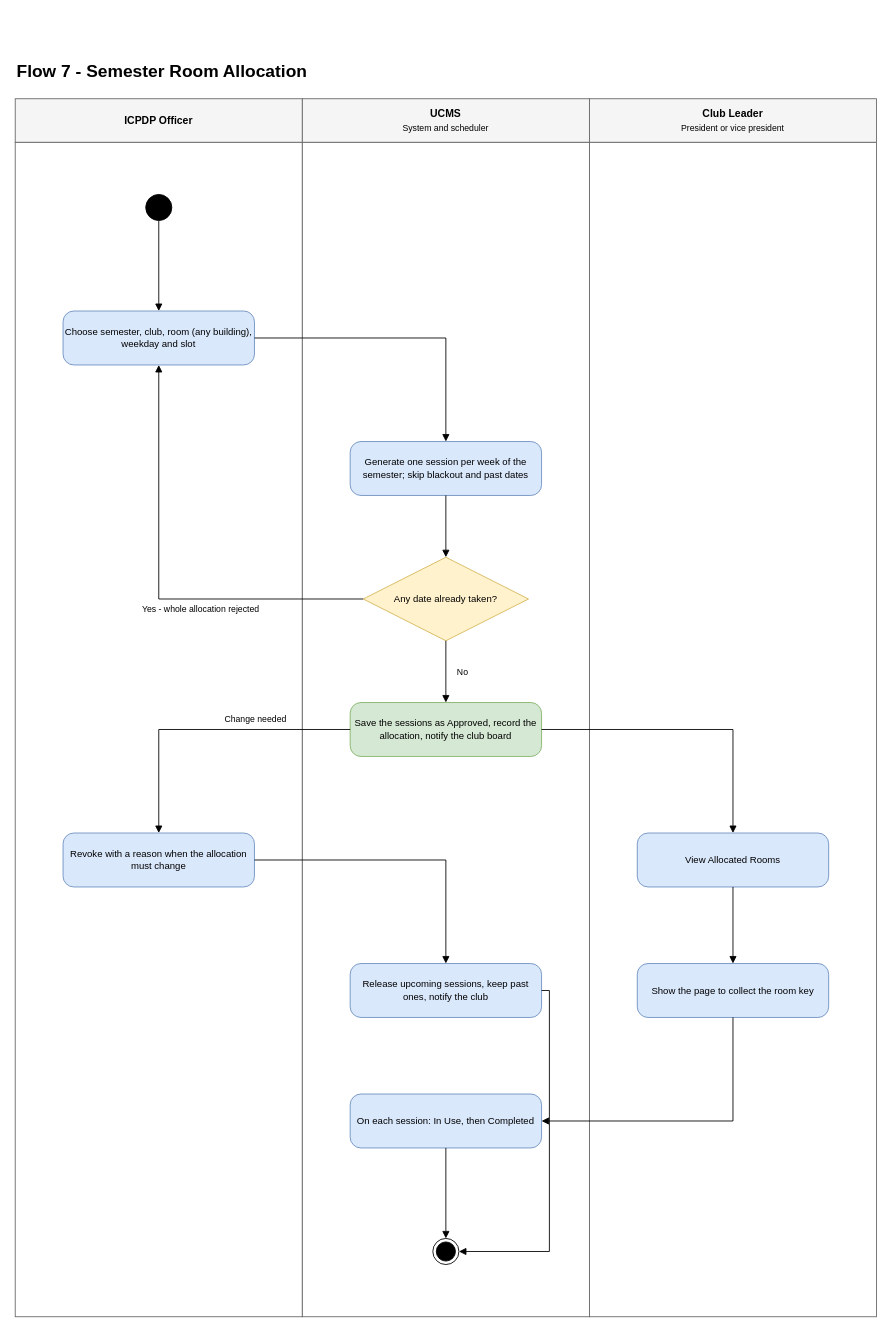
Earlier version of the draw.io diagram page "07 Room Allocation" (7 of 14) of docs/03-diagrams/UCMS_Swimlane_Flows.drawio (nvdekay/ClubManagementSystem). Source tidied: cells renumbered, new cells numbered last; positions are measured from the earlier drawing's top-left corner, leaving out a move shared by most shapes. Both pictures are drawn from the tidied source at 87%, with x=0, y=0 at pixel (15, 55).
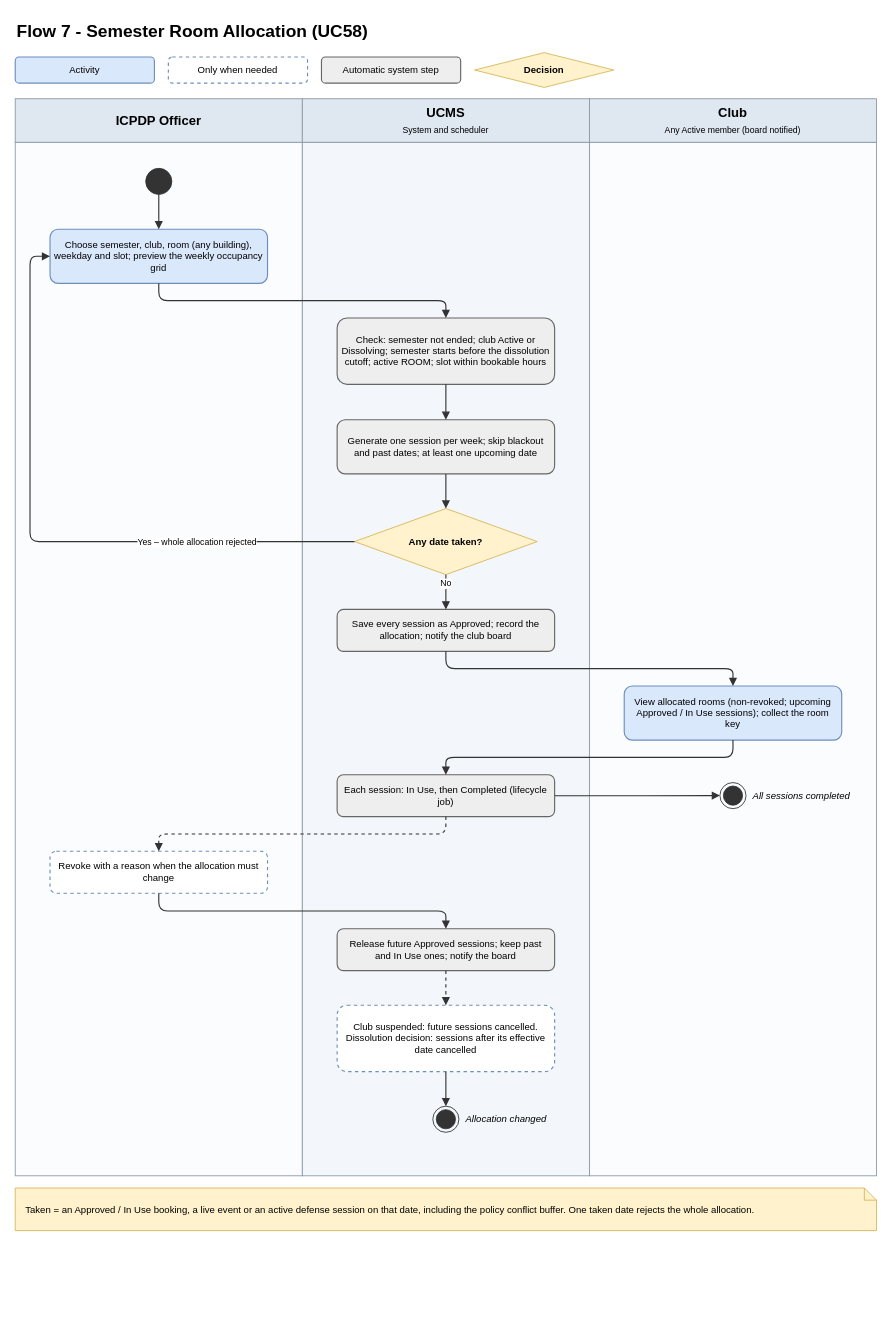
The same diagram, later.

Change to the diagram source:
```diff
@@
-    <mxCell id="2" value="Flow 7 - Semester Room Allocation" style="text;html=1;fontSize=20;fontStyle=1;align=left;verticalAlign=middle;" parent="1" vertex="1">
-      <mxGeometry width="990" height="34" as="geometry" />
-    </mxCell>
-    <mxCell id="3" style="rounded=0;whiteSpace=wrap;html=1;fillColor=#ffffff;strokeColor=#666666;" parent="1" vertex="1">
-      <mxGeometry y="100" width="330" height="1350" as="geometry" />
-    </mxCell>
+    <mxCell id="35" value="Flow 7 - Semester Room Allocation (UC58)" style="text;html=1;align=left;verticalAlign=middle;fontSize=20;fontStyle=1;" parent="1" vertex="1">
+      <mxGeometry y="-46" width="990" height="36" as="geometry" />
+    </mxCell>
+    <mxCell id="36" value="Activity" style="rounded=1;whiteSpace=wrap;html=1;fillColor=#dae8fc;strokeColor=#6c8ebf;strokeWidth=1.3;spacing=6;fontSize=11;" parent="1" vertex="1">
+      <mxGeometry y="2" width="160" height="30" as="geometry" />
+    </mxCell>
+    <mxCell id="37" value="Only when needed" style="rounded=1;whiteSpace=wrap;html=1;fillColor=#ffffff;strokeColor=#6c8ebf;dashed=1;strokeWidth=1.3;spacing=6;fontSize=11;" parent="1" vertex="1">
+      <mxGeometry x="176" y="2" width="160" height="30" as="geometry" />
+    </mxCell>
+    <mxCell id="38" value="Automatic system step" style="rounded=1;whiteSpace=wrap;html=1;fillColor=#eeeeee;strokeColor=#666666;strokeWidth=1.3;spacing=6;fontSize=11;" parent="1" vertex="1">
+      <mxGeometry x="352" y="2" width="160" height="30" as="geometry" />
+    </mxCell>
+    <mxCell id="39" value="Decision" style="rhombus;whiteSpace=wrap;html=1;fillColor=#fff2cc;strokeColor=#d6b656;fontStyle=1;spacingLeft=18;spacingRight=18;fontSize=11;" parent="1" vertex="1">
+      <mxGeometry x="528" y="-3" width="160" height="40" as="geometry" />
+    </mxCell>
+    <mxCell id="40" style="rounded=0;html=1;fillColor=#fbfcfe;strokeColor=#8a97a6;" parent="1" vertex="1">
+      <mxGeometry y="100" width="330" height="1188" as="geometry" />
+    </mxCell>
-    <mxCell id="4" value="&lt;b&gt;ICPDP Officer&lt;/b&gt;" style="rounded=0;whiteSpace=wrap;html=1;fillColor=#f5f5f5;strokeColor=#666666;fontSize=12;" parent="1" vertex="1">
+    <mxCell id="4" value="&lt;b&gt;ICPDP Officer&lt;/b&gt;" style="rounded=0;whiteSpace=wrap;html=1;fillColor=#dfe7f1;strokeColor=#8a97a6;fontSize=15;" parent="1" vertex="1">
       <mxGeometry y="50" width="330" height="50" as="geometry" />
     </mxCell>
-    <mxCell id="5" style="rounded=0;whiteSpace=wrap;html=1;fillColor=#ffffff;strokeColor=#666666;" parent="1" vertex="1">
-      <mxGeometry x="330" y="100" width="330" height="1350" as="geometry" />
-    </mxCell>
+    <mxCell id="41" style="rounded=0;html=1;fillColor=#f3f6fa;strokeColor=#8a97a6;" parent="1" vertex="1">
+      <mxGeometry x="330" y="100" width="330" height="1188" as="geometry" />
+    </mxCell>
-    <mxCell id="6" value="&lt;b&gt;UCMS&lt;/b&gt;&lt;br&gt;&lt;span style=&quot;font-size:10px;font-weight:normal;&quot;&gt;System and scheduler&lt;/span&gt;" style="rounded=0;whiteSpace=wrap;html=1;fillColor=#f5f5f5;strokeColor=#666666;fontSize=12;" parent="1" vertex="1">
+    <mxCell id="6" value="&lt;b&gt;UCMS&lt;/b&gt;&lt;br&gt;&lt;span style=&quot;font-size:10px;font-weight:normal;&quot;&gt;System and scheduler&lt;/span&gt;" style="rounded=0;whiteSpace=wrap;html=1;fillColor=#dfe7f1;strokeColor=#8a97a6;fontSize=15;" parent="1" vertex="1">
       <mxGeometry x="330" y="50" width="330" height="50" as="geometry" />
     </mxCell>
-    <mxCell id="7" style="rounded=0;whiteSpace=wrap;html=1;fillColor=#ffffff;strokeColor=#666666;" parent="1" vertex="1">
-      <mxGeometry x="660" y="100" width="330" height="1350" as="geometry" />
-    </mxCell>
-    <mxCell id="8" value="&lt;b&gt;Club Leader&lt;/b&gt;&lt;br&gt;&lt;span style=&quot;font-size:10px;font-weight:normal;&quot;&gt;President or vice president&lt;/span&gt;" style="rounded=0;whiteSpace=wrap;html=1;fillColor=#f5f5f5;strokeColor=#666666;fontSize=12;" parent="1" vertex="1">
-      <mxGeometry x="660" y="50" width="330" height="50" as="geometry" />
-    </mxCell>
-    <mxCell id="9" style="ellipse;html=1;fillColor=#000000;strokeColor=#000000;" parent="1" vertex="1">
-      <mxGeometry x="150" y="160" width="30" height="30" as="geometry" />
-    </mxCell>
-    <mxCell id="10" value="Choose semester, club, room (any building), weekday and slot" style="rounded=1;arcSize=20;whiteSpace=wrap;html=1;fillColor=#dae8fc;strokeColor=#6c8ebf;fontSize=11;" parent="1" vertex="1">
-      <mxGeometry x="55" y="294" width="220" height="62" as="geometry" />
-    </mxCell>
-    <mxCell id="11" value="Generate one session per week of the semester; skip blackout and past dates" style="rounded=1;arcSize=20;whiteSpace=wrap;html=1;fillColor=#dae8fc;strokeColor=#6c8ebf;fontSize=11;" parent="1" vertex="1">
-      <mxGeometry x="385" y="444" width="220" height="62" as="geometry" />
-    </mxCell>
-    <mxCell id="12" value="Any date already taken?" style="rhombus;whiteSpace=wrap;html=1;fillColor=#fff2cc;strokeColor=#d6b656;fontSize=11;" parent="1" vertex="1">
-      <mxGeometry x="400" y="577" width="190" height="96" as="geometry" />
-    </mxCell>
-    <mxCell id="13" value="Save the sessions as Approved, record the allocation, notify the club board" style="rounded=1;arcSize=20;whiteSpace=wrap;html=1;fillColor=#d5e8d4;strokeColor=#82b366;fontSize=11;" parent="1" vertex="1">
-      <mxGeometry x="385" y="744" width="220" height="62" as="geometry" />
-    </mxCell>
-    <mxCell id="14" value="View Allocated Rooms" style="rounded=1;arcSize=20;whiteSpace=wrap;html=1;fillColor=#dae8fc;strokeColor=#6c8ebf;fontSize=11;" parent="1" vertex="1">
-      <mxGeometry x="715" y="894" width="220" height="62" as="geometry" />
-    </mxCell>
+    <mxCell id="42" style="rounded=0;html=1;fillColor=#fbfcfe;strokeColor=#8a97a6;" parent="1" vertex="1">
+      <mxGeometry x="660" y="100" width="330" height="1188" as="geometry" />
+    </mxCell>
+    <mxCell id="43" value="&lt;b&gt;Club&lt;/b&gt;&lt;br&gt;&lt;span style=&quot;font-size:10px;font-weight:normal;&quot;&gt;Any Active member (board notified)&lt;/span&gt;" style="rounded=0;whiteSpace=wrap;html=1;fillColor=#dfe7f1;strokeColor=#8a97a6;fontSize=15;" parent="1" vertex="1">
+      <mxGeometry x="660" y="50" width="330" height="50" as="geometry" />
+    </mxCell>
+    <mxCell id="44" style="ellipse;html=1;fillColor=#333333;strokeColor=#333333;" parent="1" vertex="1">
+      <mxGeometry x="150" y="130" width="30" height="30" as="geometry" />
+    </mxCell>
+    <mxCell id="45" value="Choose semester, club, room (any building), weekday and slot; preview the weekly occupancy grid" style="rounded=1;whiteSpace=wrap;html=1;fillColor=#dae8fc;strokeColor=#6c8ebf;strokeWidth=1.3;spacing=6;fontSize=11;" parent="1" vertex="1">
+      <mxGeometry x="40" y="200" width="250" height="62.2" as="geometry" />
+    </mxCell>
+    <mxCell id="46" value="Check: semester not ended; club Active or Dissolving; semester starts before the dissolution cutoff; active ROOM; slot within bookable hours" style="rounded=1;whiteSpace=wrap;html=1;fillColor=#eeeeee;strokeColor=#666666;strokeWidth=1.3;spacing=6;fontSize=11;" parent="1" vertex="1">
+      <mxGeometry x="370" y="302" width="250" height="76.3" as="geometry" />
+    </mxCell>
+    <mxCell id="47" value="Generate one session per week; skip blackout and past dates; at least one upcoming date" style="rounded=1;whiteSpace=wrap;html=1;fillColor=#eeeeee;strokeColor=#666666;strokeWidth=1.3;spacing=6;fontSize=11;" parent="1" vertex="1">
+      <mxGeometry x="370" y="419" width="250" height="62.2" as="geometry" />
+    </mxCell>
+    <mxCell id="48" value="Any date taken?" style="rhombus;whiteSpace=wrap;html=1;fillColor=#fff2cc;strokeColor=#d6b656;fontStyle=1;spacingLeft=18;spacingRight=18;fontSize=11;" parent="1" vertex="1">
+      <mxGeometry x="390" y="521" width="210" height="76" as="geometry" />
+    </mxCell>
+    <mxCell id="49" value="Save every session as Approved; record the allocation; notify the club board" style="rounded=1;whiteSpace=wrap;html=1;fillColor=#eeeeee;strokeColor=#666666;strokeWidth=1.3;spacing=6;fontSize=11;" parent="1" vertex="1">
+      <mxGeometry x="370" y="637" width="250" height="48.2" as="geometry" />
+    </mxCell>
+    <mxCell id="50" value="View allocated rooms (non-revoked; upcoming Approved / In Use sessions); collect the room key" style="rounded=1;whiteSpace=wrap;html=1;fillColor=#dae8fc;strokeColor=#6c8ebf;strokeWidth=1.3;spacing=6;fontSize=11;" parent="1" vertex="1">
+      <mxGeometry x="700" y="725" width="250" height="62.2" as="geometry" />
+    </mxCell>
+    <mxCell id="51" value="Each session: In Use, then Completed (lifecycle job)" style="rounded=1;whiteSpace=wrap;html=1;fillColor=#eeeeee;strokeColor=#666666;strokeWidth=1.3;spacing=6;fontSize=11;" parent="1" vertex="1">
+      <mxGeometry x="370" y="827" width="250" height="48.2" as="geometry" />
+    </mxCell>
-    <mxCell id="15" value="Revoke with a reason when the allocation must change" style="rounded=1;arcSize=20;whiteSpace=wrap;html=1;fillColor=#dae8fc;strokeColor=#6c8ebf;fontSize=11;" parent="1" vertex="1">
-      <mxGeometry x="55" y="894" width="220" height="62" as="geometry" />
+    <mxCell id="15" value="Revoke with a reason when the allocation must change" style="rounded=1;whiteSpace=wrap;html=1;fillColor=#ffffff;strokeColor=#6c8ebf;dashed=1;strokeWidth=1.3;spacing=6;fontSize=11;" parent="1" vertex="1">
+      <mxGeometry x="40" y="915" width="250" height="48.2" as="geometry" />
     </mxCell>
-    <mxCell id="16" value="Show the page to collect the room key" style="rounded=1;arcSize=20;whiteSpace=wrap;html=1;fillColor=#dae8fc;strokeColor=#6c8ebf;fontSize=11;" parent="1" vertex="1">
-      <mxGeometry x="715" y="1044" width="220" height="62" as="geometry" />
-    </mxCell>
-    <mxCell id="17" value="Release upcoming sessions, keep past ones, notify the club" style="rounded=1;arcSize=20;whiteSpace=wrap;html=1;fillColor=#dae8fc;strokeColor=#6c8ebf;fontSize=11;" parent="1" vertex="1">
-      <mxGeometry x="385" y="1044" width="220" height="62" as="geometry" />
-    </mxCell>
-    <mxCell id="18" value="On each session: In Use, then Completed" style="rounded=1;arcSize=20;whiteSpace=wrap;html=1;fillColor=#dae8fc;strokeColor=#6c8ebf;fontSize=11;" parent="1" vertex="1">
-      <mxGeometry x="385" y="1194" width="220" height="62" as="geometry" />
-    </mxCell>
-    <mxCell id="19" style="ellipse;html=1;shape=endState;fillColor=#000000;strokeColor=#000000;" parent="1" vertex="1">
-      <mxGeometry x="480" y="1360" width="30" height="30" as="geometry" />
-    </mxCell>
-    <mxCell id="20" style="endArrow=block;endFill=1;html=1;rounded=0;fontSize=11;edgeStyle=none;exitX=0.5;exitY=1;exitDx=0;exitDy=0;entryX=0.5;entryY=0;entryDx=0;entryDy=0;" parent="1" edge="1" source="9" target="10">
-      <mxGeometry relative="1" as="geometry" />
-    </mxCell>
-    <mxCell id="21" style="endArrow=block;endFill=1;html=1;rounded=0;fontSize=11;edgeStyle=none;exitX=0.5;exitY=1;exitDx=0;exitDy=0;entryX=0.5;entryY=0;entryDx=0;entryDy=0;" parent="1" edge="1" source="11" target="12">
-      <mxGeometry relative="1" as="geometry" />
-    </mxCell>
-    <mxCell id="22" style="endArrow=block;endFill=1;html=1;rounded=0;fontSize=11;edgeStyle=none;exitX=0.5;exitY=1;exitDx=0;exitDy=0;entryX=0.5;entryY=0;entryDx=0;entryDy=0;" parent="1" edge="1" source="12" target="13">
-      <mxGeometry relative="1" as="geometry" />
-    </mxCell>
+    <mxCell id="52" value="Release future Approved sessions; keep past and In Use ones; notify the board" style="rounded=1;whiteSpace=wrap;html=1;fillColor=#eeeeee;strokeColor=#666666;strokeWidth=1.3;spacing=6;fontSize=11;" parent="1" vertex="1">
+      <mxGeometry x="370" y="1004" width="250" height="48.2" as="geometry" />
+    </mxCell>
+    <mxCell id="53" value="Club suspended: future sessions cancelled. Dissolution decision: sessions after its effective date cancelled" style="rounded=1;whiteSpace=wrap;html=1;fillColor=#ffffff;strokeColor=#6c8ebf;dashed=1;strokeWidth=1.3;spacing=6;fontSize=11;" parent="1" vertex="1">
+      <mxGeometry x="370" y="1092" width="250" height="76.3" as="geometry" />
+    </mxCell>
+    <mxCell id="54" style="ellipse;html=1;shape=endState;fillColor=#333333;strokeColor=#333333;" parent="1" vertex="1">
+      <mxGeometry x="480" y="1208" width="30" height="30" as="geometry" />
+    </mxCell>
+    <mxCell id="55" value="Allocation changed" style="text;html=1;whiteSpace=wrap;align=left;verticalAlign=middle;fontSize=11;fontStyle=2;" parent="1" vertex="1">
+      <mxGeometry x="516" y="1200" width="138" height="46" as="geometry" />
+    </mxCell>
+    <mxCell id="56" style="ellipse;html=1;shape=endState;fillColor=#333333;strokeColor=#333333;" parent="1" vertex="1">
+      <mxGeometry x="810" y="836" width="30" height="30" as="geometry" />
+    </mxCell>
+    <mxCell id="57" value="All sessions completed" style="text;html=1;whiteSpace=wrap;align=left;verticalAlign=middle;fontSize=11;fontStyle=2;" parent="1" vertex="1">
+      <mxGeometry x="846" y="828" width="138" height="46" as="geometry" />
+    </mxCell>
+    <mxCell id="58" style="endArrow=block;endFill=1;html=1;rounded=1;edgeStyle=orthogonalEdgeStyle;strokeColor=#333333;strokeWidth=1.3;fontSize=10;labelBackgroundColor=#ffffff;exitX=0.5;exitY=1;entryX=0.5;entryY=0;" parent="1" edge="1" source="44" target="45">
+      <mxGeometry relative="1" as="geometry" />
+    </mxCell>
+    <mxCell id="59" style="endArrow=block;endFill=1;html=1;rounded=1;edgeStyle=orthogonalEdgeStyle;strokeColor=#333333;strokeWidth=1.3;fontSize=10;labelBackgroundColor=#ffffff;exitX=0.5;exitY=1;entryX=0.5;entryY=0;" parent="1" edge="1" source="45" target="46">
+      <mxGeometry relative="1" as="geometry" />
+    </mxCell>
+    <mxCell id="60" style="endArrow=block;endFill=1;html=1;rounded=1;edgeStyle=orthogonalEdgeStyle;strokeColor=#333333;strokeWidth=1.3;fontSize=10;labelBackgroundColor=#ffffff;exitX=0.5;exitY=1;entryX=0.5;entryY=0;" parent="1" edge="1" source="46" target="47">
+      <mxGeometry relative="1" as="geometry" />
+    </mxCell>
+    <mxCell id="61" style="endArrow=block;endFill=1;html=1;rounded=1;edgeStyle=orthogonalEdgeStyle;strokeColor=#333333;strokeWidth=1.3;fontSize=10;labelBackgroundColor=#ffffff;exitX=0.5;exitY=1;entryX=0.5;entryY=0;" parent="1" edge="1" source="47" target="48">
+      <mxGeometry relative="1" as="geometry" />
+    </mxCell>
+    <mxCell id="62" value="Yes – whole allocation rejected" style="endArrow=block;endFill=1;html=1;rounded=1;edgeStyle=orthogonalEdgeStyle;strokeColor=#333333;strokeWidth=1.3;fontSize=10;labelBackgroundColor=#ffffff;exitX=0;exitY=0.5;entryX=0;entryY=0.5;" parent="1" edge="1" source="48" target="45">
+      <mxGeometry x="-0.5" relative="1" as="geometry">
+        <Array as="points">
+          <mxPoint x="17" y="559" />
+          <mxPoint x="17" y="231" />
+        </Array>
+      </mxGeometry>
+    </mxCell>
-    <mxCell id="23" value="No" style="text;html=1;fontSize=10;align=center;verticalAlign=middle;labelBackgroundColor=#ffffff;" parent="1" vertex="1">
-      <mxGeometry x="501" y="700" width="26" height="18" as="geometry" />
+    <mxCell id="23" value="No" style="endArrow=block;endFill=1;html=1;rounded=1;edgeStyle=orthogonalEdgeStyle;strokeColor=#333333;strokeWidth=1.3;fontSize=10;labelBackgroundColor=#ffffff;exitX=0.5;exitY=1;entryX=0.5;entryY=0;" parent="1" edge="1" source="48" target="49">
+      <mxGeometry x="-0.5" relative="1" as="geometry" />
     </mxCell>
-    <mxCell id="24" style="endArrow=block;endFill=1;html=1;rounded=0;fontSize=11;edgeStyle=none;exitX=0.5;exitY=1;exitDx=0;exitDy=0;entryX=0.5;entryY=0;entryDx=0;entryDy=0;" parent="1" edge="1" source="14" target="16">
-      <mxGeometry relative="1" as="geometry" />
-    </mxCell>
-    <mxCell id="25" style="endArrow=block;endFill=1;html=1;rounded=0;fontSize=11;edgeStyle=none;exitX=0.5;exitY=1;exitDx=0;exitDy=0;entryX=0.5;entryY=0;entryDx=0;entryDy=0;" parent="1" edge="1" source="18" target="19">
-      <mxGeometry relative="1" as="geometry" />
-    </mxCell>
-    <mxCell id="26" style="endArrow=block;endFill=1;html=1;rounded=0;fontSize=11;edgeStyle=none;exitX=1;exitY=0.5;exitDx=0;exitDy=0;entryX=1;entryY=0.5;entryDx=0;entryDy=0;" parent="1" edge="1" source="17" target="19">
-      <mxGeometry relative="1" as="geometry">
-        <Array as="points">
-          <mxPoint x="614" y="1075" />
-          <mxPoint x="614" y="1375" />
-        </Array>
-      </mxGeometry>
-    </mxCell>
-    <mxCell id="27" style="endArrow=block;endFill=1;html=1;rounded=0;fontSize=11;edgeStyle=none;exitX=1;exitY=0.5;exitDx=0;exitDy=0;entryX=0.5;entryY=0;entryDx=0;entryDy=0;" parent="1" edge="1" source="10" target="11">
-      <mxGeometry relative="1" as="geometry">
-        <Array as="points">
-          <mxPoint x="495" y="325" />
-        </Array>
-      </mxGeometry>
-    </mxCell>
-    <mxCell id="28" style="endArrow=block;endFill=1;html=1;rounded=0;fontSize=11;edgeStyle=none;exitX=1;exitY=0.5;exitDx=0;exitDy=0;entryX=0.5;entryY=0;entryDx=0;entryDy=0;" parent="1" edge="1" source="13" target="14">
-      <mxGeometry relative="1" as="geometry">
-        <Array as="points">
-          <mxPoint x="825" y="775" />
-        </Array>
-      </mxGeometry>
-    </mxCell>
-    <mxCell id="29" style="endArrow=block;endFill=1;html=1;rounded=0;fontSize=11;edgeStyle=none;exitX=0;exitY=0.5;exitDx=0;exitDy=0;entryX=0.5;entryY=0;entryDx=0;entryDy=0;" parent="1" edge="1" source="13" target="15">
-      <mxGeometry relative="1" as="geometry">
-        <Array as="points">
-          <mxPoint x="165" y="775" />
-        </Array>
-      </mxGeometry>
-    </mxCell>
-    <mxCell id="30" value="Change needed" style="text;html=1;fontSize=10;align=center;verticalAlign=middle;labelBackgroundColor=#ffffff;" parent="1" vertex="1">
-      <mxGeometry x="224" y="754" width="103" height="18" as="geometry" />
-    </mxCell>
-    <mxCell id="31" style="endArrow=block;endFill=1;html=1;rounded=0;fontSize=11;edgeStyle=none;exitX=0.5;exitY=1;exitDx=0;exitDy=0;entryX=1;entryY=0.5;entryDx=0;entryDy=0;" parent="1" edge="1" source="16" target="18">
-      <mxGeometry relative="1" as="geometry">
-        <Array as="points">
-          <mxPoint x="825" y="1225" />
-        </Array>
-      </mxGeometry>
-    </mxCell>
-    <mxCell id="32" style="endArrow=block;endFill=1;html=1;rounded=0;fontSize=11;edgeStyle=none;exitX=1;exitY=0.5;exitDx=0;exitDy=0;entryX=0.5;entryY=0;entryDx=0;entryDy=0;" parent="1" edge="1" source="15" target="17">
-      <mxGeometry relative="1" as="geometry">
-        <Array as="points">
-          <mxPoint x="495" y="925" />
-        </Array>
-      </mxGeometry>
-    </mxCell>
-    <mxCell id="33" style="endArrow=block;endFill=1;html=1;rounded=0;fontSize=11;edgeStyle=none;exitX=0;exitY=0.5;exitDx=0;exitDy=0;entryX=0.5;entryY=1;entryDx=0;entryDy=0;" parent="1" edge="1" source="12" target="10">
-      <mxGeometry relative="1" as="geometry">
-        <Array as="points">
-          <mxPoint x="165" y="625" />
-        </Array>
-      </mxGeometry>
-    </mxCell>
-    <mxCell id="34" value="Yes - whole allocation rejected" style="text;html=1;fontSize=10;align=center;verticalAlign=middle;labelBackgroundColor=#ffffff;" parent="1" vertex="1">
-      <mxGeometry x="98" y="628" width="229" height="18" as="geometry" />
-    </mxCell>
+    <mxCell id="63" style="endArrow=block;endFill=1;html=1;rounded=1;edgeStyle=orthogonalEdgeStyle;strokeColor=#333333;strokeWidth=1.3;fontSize=10;labelBackgroundColor=#ffffff;exitX=0.5;exitY=1;entryX=0.5;entryY=0;" parent="1" edge="1" source="49" target="50">
+      <mxGeometry relative="1" as="geometry" />
+    </mxCell>
+    <mxCell id="64" style="endArrow=block;endFill=1;html=1;rounded=1;edgeStyle=orthogonalEdgeStyle;strokeColor=#333333;strokeWidth=1.3;fontSize=10;labelBackgroundColor=#ffffff;exitX=0.5;exitY=1;entryX=0.5;entryY=0;" parent="1" edge="1" source="50" target="51">
+      <mxGeometry relative="1" as="geometry" />
+    </mxCell>
+    <mxCell id="65" style="endArrow=block;endFill=1;html=1;rounded=1;edgeStyle=orthogonalEdgeStyle;strokeColor=#333333;strokeWidth=1.3;fontSize=10;labelBackgroundColor=#ffffff;dashed=1;exitX=0.5;exitY=1;entryX=0.5;entryY=0;" parent="1" edge="1" source="51" target="15">
+      <mxGeometry relative="1" as="geometry" />
+    </mxCell>
+    <mxCell id="66" style="endArrow=block;endFill=1;html=1;rounded=1;edgeStyle=orthogonalEdgeStyle;strokeColor=#333333;strokeWidth=1.3;fontSize=10;labelBackgroundColor=#ffffff;exitX=0.5;exitY=1;entryX=0.5;entryY=0;" parent="1" edge="1" source="15" target="52">
+      <mxGeometry relative="1" as="geometry" />
+    </mxCell>
+    <mxCell id="67" style="endArrow=block;endFill=1;html=1;rounded=1;edgeStyle=orthogonalEdgeStyle;strokeColor=#333333;strokeWidth=1.3;fontSize=10;labelBackgroundColor=#ffffff;dashed=1;exitX=0.5;exitY=1;entryX=0.5;entryY=0;" parent="1" edge="1" source="52" target="53">
+      <mxGeometry relative="1" as="geometry" />
+    </mxCell>
+    <mxCell id="68" style="endArrow=block;endFill=1;html=1;rounded=1;edgeStyle=orthogonalEdgeStyle;strokeColor=#333333;strokeWidth=1.3;fontSize=10;labelBackgroundColor=#ffffff;exitX=0.5;exitY=1;entryX=0.5;entryY=0;" parent="1" edge="1" source="53" target="54">
+      <mxGeometry relative="1" as="geometry" />
+    </mxCell>
+    <mxCell id="69" style="endArrow=block;endFill=1;html=1;rounded=1;edgeStyle=orthogonalEdgeStyle;strokeColor=#333333;strokeWidth=1.3;fontSize=10;labelBackgroundColor=#ffffff;exitX=1;exitY=0.5;entryX=0;entryY=0.5;" parent="1" edge="1" source="51" target="56">
+      <mxGeometry relative="1" as="geometry" />
+    </mxCell>
+    <mxCell id="70" value="Taken = an Approved / In Use booking, a live event or an active defense session on that date, including the policy conflict buffer. One taken date rejects the whole allocation." style="shape=note;whiteSpace=wrap;html=1;size=14;align=left;spacingLeft=10;fillColor=#fff2cc;strokeColor=#d6b656;fontSize=11;" parent="1" vertex="1">
+      <mxGeometry y="1302" width="990" height="49" as="geometry" />
+    </mxCell>
```
